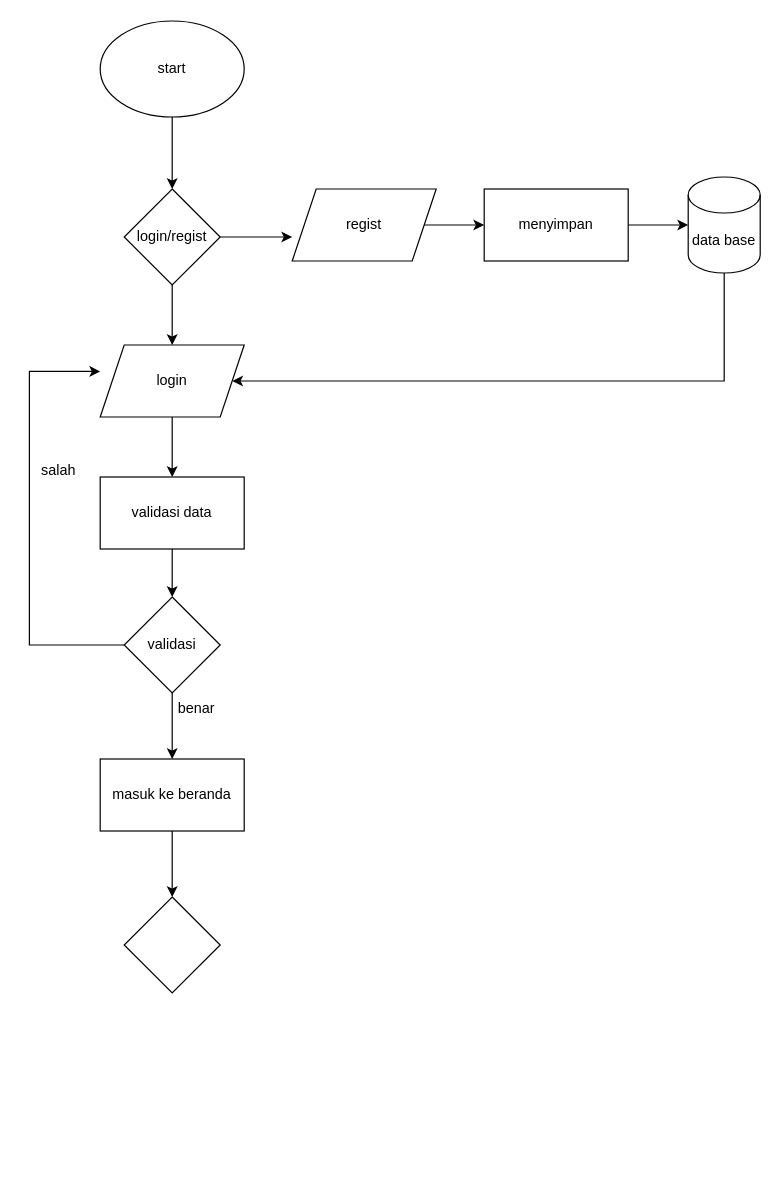
Above: komunitasperpus.drawio in Dekte/storage (draw.io), before the change. Source tidied: cells renumbered, new cells numbered last; positions are measured from the earlier drawing's top-left corner, leaving out a move shared by most shapes. Both pictures are drawn from the tidied source at 120%, with x=0, y=0 at pixel (28, 20).
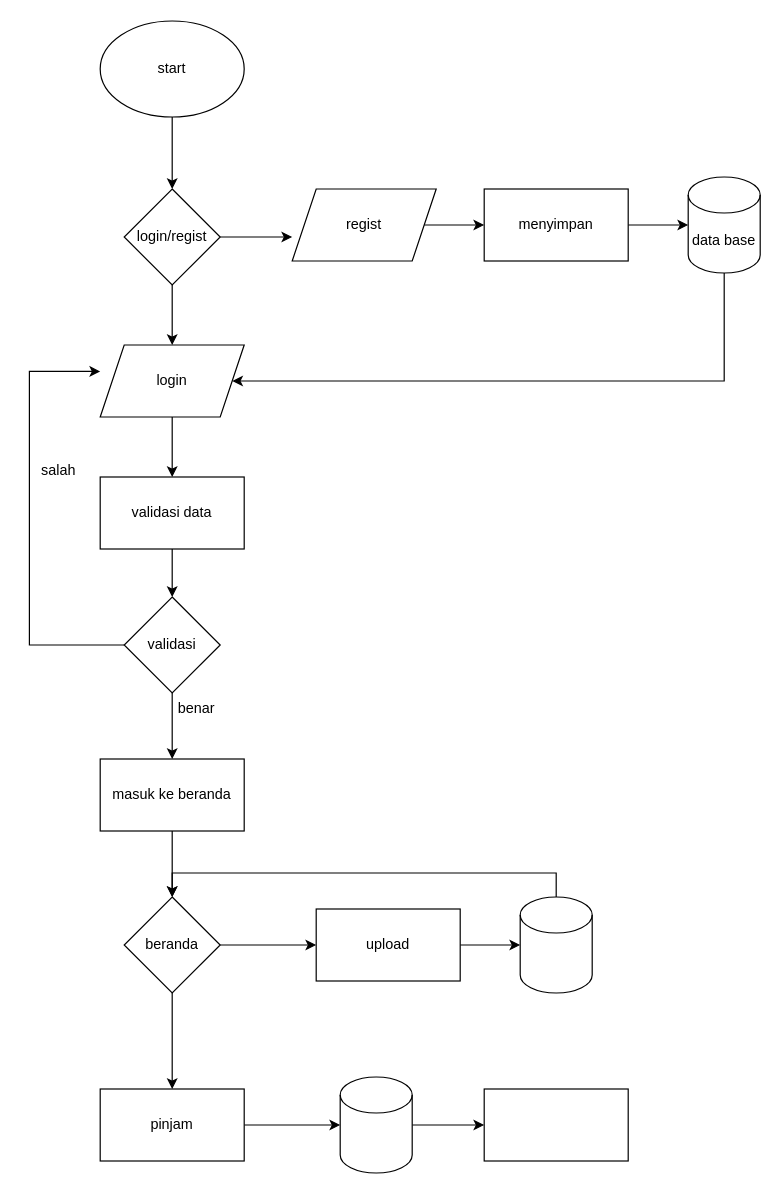
The same diagram, later.

What changed in the source:
```diff
@@
+    <mxCell id="25" style="edgeStyle=orthogonalEdgeStyle;rounded=0;jettySize=auto;html=1;" parent="1" edge="1" source="24" target="28">
+      <mxGeometry relative="1" as="geometry" />
+    </mxCell>
+    <mxCell id="26" style="edgeStyle=orthogonalEdgeStyle;rounded=0;jettySize=auto;html=1;" parent="1" edge="1" source="24" target="30">
+      <mxGeometry relative="1" as="geometry" />
+    </mxCell>
-    <mxCell id="24" style="rhombus;whiteSpace=wrap;html=1;" parent="1" vertex="1">
+    <mxCell id="24" value="beranda" style="rhombus;whiteSpace=wrap;html=1;" parent="1" vertex="1">
       <mxGeometry x="80" y="730" width="80" height="80" as="geometry" />
     </mxCell>
+    <mxCell id="27" style="edgeStyle=orthogonalEdgeStyle;rounded=0;jettySize=auto;html=1;" parent="1" edge="1" source="28" target="32">
+      <mxGeometry relative="1" as="geometry" />
+    </mxCell>
+    <mxCell id="28" value="upload" style="rounded=0;whiteSpace=wrap;html=1;" parent="1" vertex="1">
+      <mxGeometry x="240" y="740" width="120" height="60" as="geometry" />
+    </mxCell>
+    <mxCell id="29" style="edgeStyle=orthogonalEdgeStyle;rounded=0;jettySize=auto;html=1;" parent="1" edge="1" source="30" target="34">
+      <mxGeometry relative="1" as="geometry" />
+    </mxCell>
+    <mxCell id="30" value="pinjam" style="rounded=0;whiteSpace=wrap;html=1;" parent="1" vertex="1">
+      <mxGeometry x="60" y="890" width="120" height="60" as="geometry" />
+    </mxCell>
+    <mxCell id="31" style="edgeStyle=orthogonalEdgeStyle;rounded=0;jettySize=auto;html=1;" parent="1" edge="1" source="32" target="24">
+      <mxGeometry relative="1" as="geometry">
+        <Array as="points">
+          <mxPoint x="440" y="710" />
+          <mxPoint x="120" y="710" />
+        </Array>
+      </mxGeometry>
+    </mxCell>
+    <mxCell id="32" style="shape=cylinder3;whiteSpace=wrap;html=1;boundedLbl=1;backgroundOutline=1;size=15;" parent="1" vertex="1">
+      <mxGeometry x="410" y="730" width="60" height="80" as="geometry" />
+    </mxCell>
+    <mxCell id="33" style="edgeStyle=orthogonalEdgeStyle;rounded=0;jettySize=auto;html=1;" parent="1" edge="1" source="34" target="35">
+      <mxGeometry relative="1" as="geometry" />
+    </mxCell>
+    <mxCell id="34" style="shape=cylinder3;whiteSpace=wrap;html=1;boundedLbl=1;backgroundOutline=1;size=15;" parent="1" vertex="1">
+      <mxGeometry x="260" y="880" width="60" height="80" as="geometry" />
+    </mxCell>
+    <mxCell id="35" style="rounded=0;whiteSpace=wrap;html=1;" parent="1" vertex="1">
+      <mxGeometry x="380" y="890" width="120" height="60" as="geometry" />
+    </mxCell>
```
